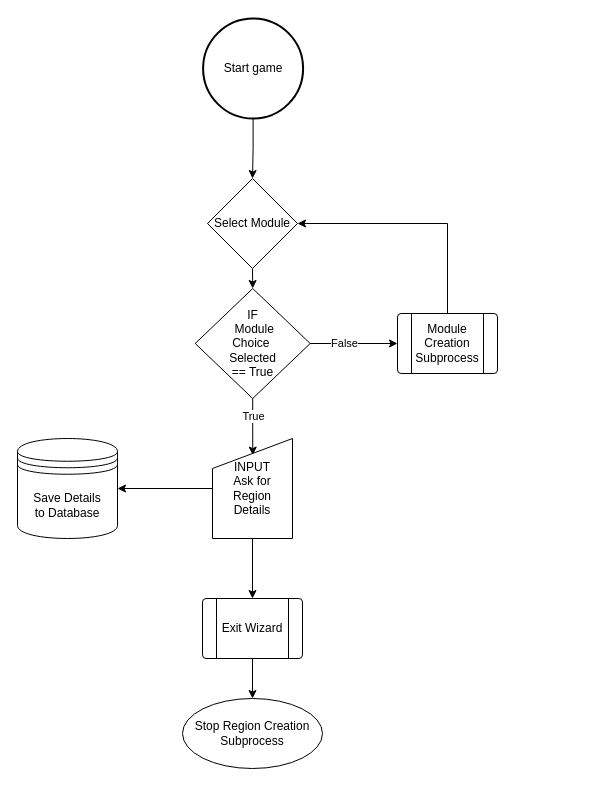
Before: Phase2/Flowcharts/modgodToolset/ModGod/Creation/Region/ModGodRegionCreation.drawio in RPG-Research/bcirpg, a draw.io diagram. Source tidied: cells renumbered, new cells numbered last; positions are measured from the earlier drawing's top-left corner, leaving out a move shared by most shapes. Both pictures are drawn from the tidied source at 100%, with x=0, y=0 at pixel (17, 18).
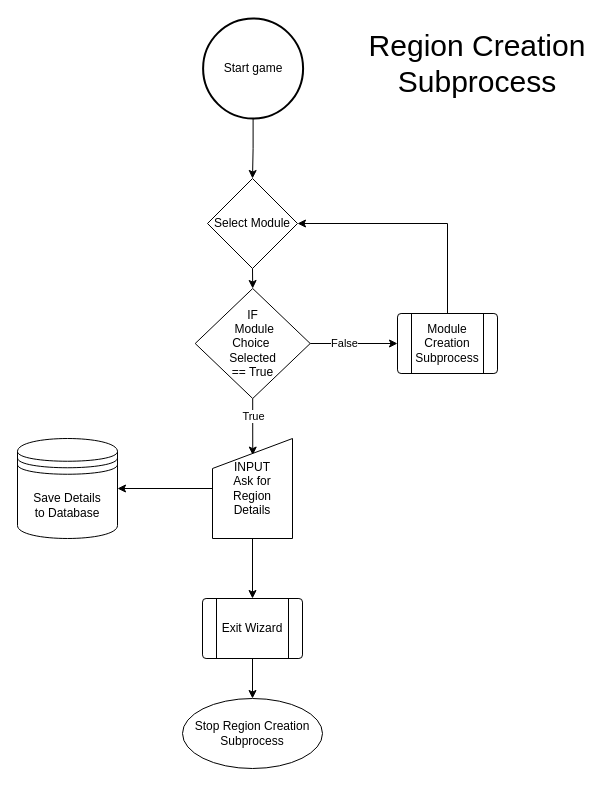
The same page after the edit.

What changed in the source:
```diff
@@
+    <mxCell id="20" value="&lt;font style=&quot;font-size: 30px;&quot;&gt;Region Creation&lt;br&gt;Subprocess&lt;/font&gt;" style="text;html=1;strokeColor=none;fillColor=none;align=center;verticalAlign=middle;whiteSpace=wrap;rounded=0;" parent="1" vertex="1">
+      <mxGeometry x="340" y="30" width="240" height="30" as="geometry" />
+    </mxCell>
```
